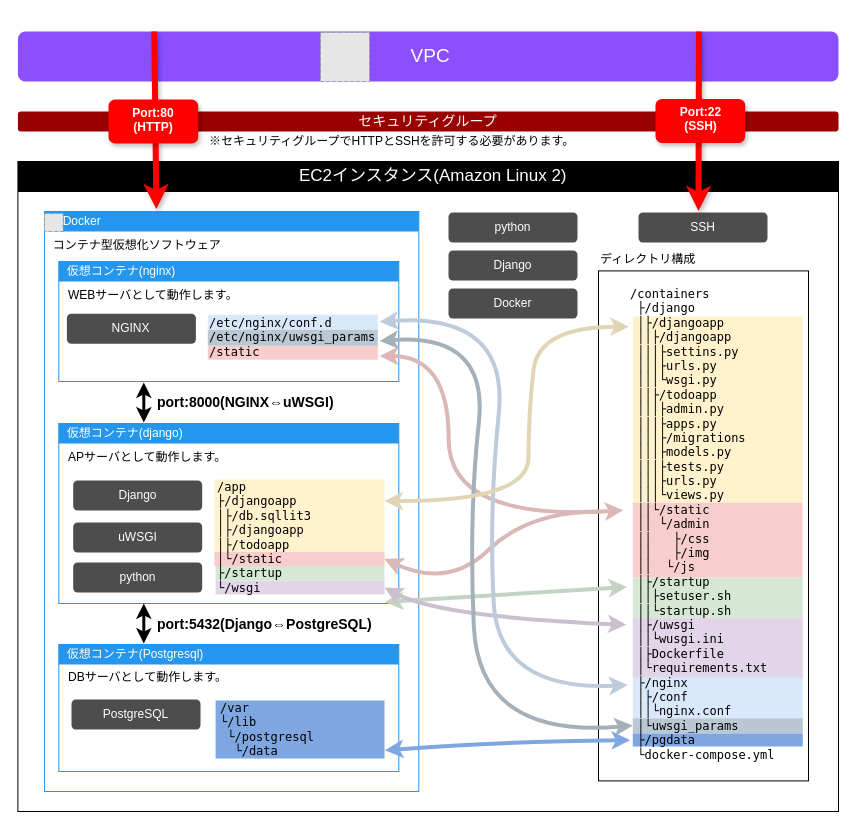
Above: page "EC2イメージ" (3 of 10) of AWS研修_WEBアプリ_挿絵.drawio in reizo0901/Doc (draw.io), before the change. Source tidied: cells renumbered, new cells numbered last; positions are measured from the earlier drawing's top-left corner, leaving out a move shared by most shapes. Both pictures are drawn from the tidied source at 100%, with x=0, y=0 at pixel (17, 31). Pictures stored in the file or linked from it are replaced by grey dashed boxes.
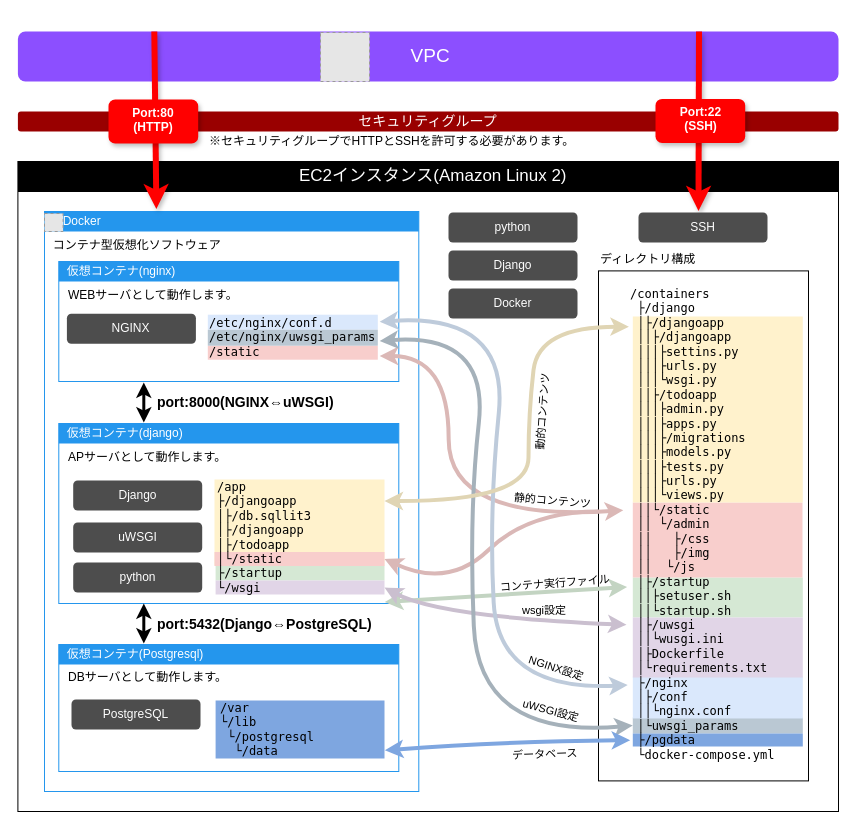
Above is the later version.

Commit message:
AWS研修_WEBアプリ_挿絵.drawio を更新します

Diff of the diagram source:
```diff
@@
+    <mxCell id="71" value="静的コンテンツ" style="text;html=1;align=left;verticalAlign=middle;strokeColor=none;fillColor=none;fontSize=11;rotation=5;" parent="1" vertex="1">
+      <mxGeometry x="495" y="455" width="100" height="30" as="geometry" />
+    </mxCell>
+    <mxCell id="72" value="動的コンテンツ" style="text;html=1;align=left;verticalAlign=middle;strokeColor=none;fillColor=none;fontSize=11;rotation=-86;" parent="1" vertex="1">
+      <mxGeometry x="476" y="356" width="100" height="30" as="geometry" />
+    </mxCell>
+    <mxCell id="73" value="データベース" style="text;html=1;align=left;verticalAlign=middle;strokeColor=none;fillColor=none;fontSize=11;rotation=-2;" parent="1" vertex="1">
+      <mxGeometry x="493" y="707" width="90" height="30" as="geometry" />
+    </mxCell>
+    <mxCell id="74" value="NGINX設定" style="text;html=1;align=left;verticalAlign=middle;strokeColor=none;fillColor=none;fontSize=11;rotation=18;" parent="1" vertex="1">
+      <mxGeometry x="508" y="625" width="80" height="30" as="geometry" />
+    </mxCell>
+    <mxCell id="75" value="uWSGI設定" style="text;html=1;align=left;verticalAlign=middle;strokeColor=none;fillColor=none;fontSize=11;rotation=15;" parent="1" vertex="1">
+      <mxGeometry x="503" y="666.5" width="80" height="30" as="geometry" />
+    </mxCell>
+    <mxCell id="76" value="コンテナ実行ファイル" style="text;html=1;align=left;verticalAlign=middle;strokeColor=none;fillColor=none;fontSize=11;rotation=-4.3;" parent="1" vertex="1">
+      <mxGeometry x="481" y="536" width="130" height="30" as="geometry" />
+    </mxCell>
+    <mxCell id="77" value="wsgi設定" style="text;html=1;align=left;verticalAlign=middle;strokeColor=none;fillColor=none;fontSize=11;" parent="1" vertex="1">
+      <mxGeometry x="503" y="564" width="70" height="30" as="geometry" />
+    </mxCell>
```
